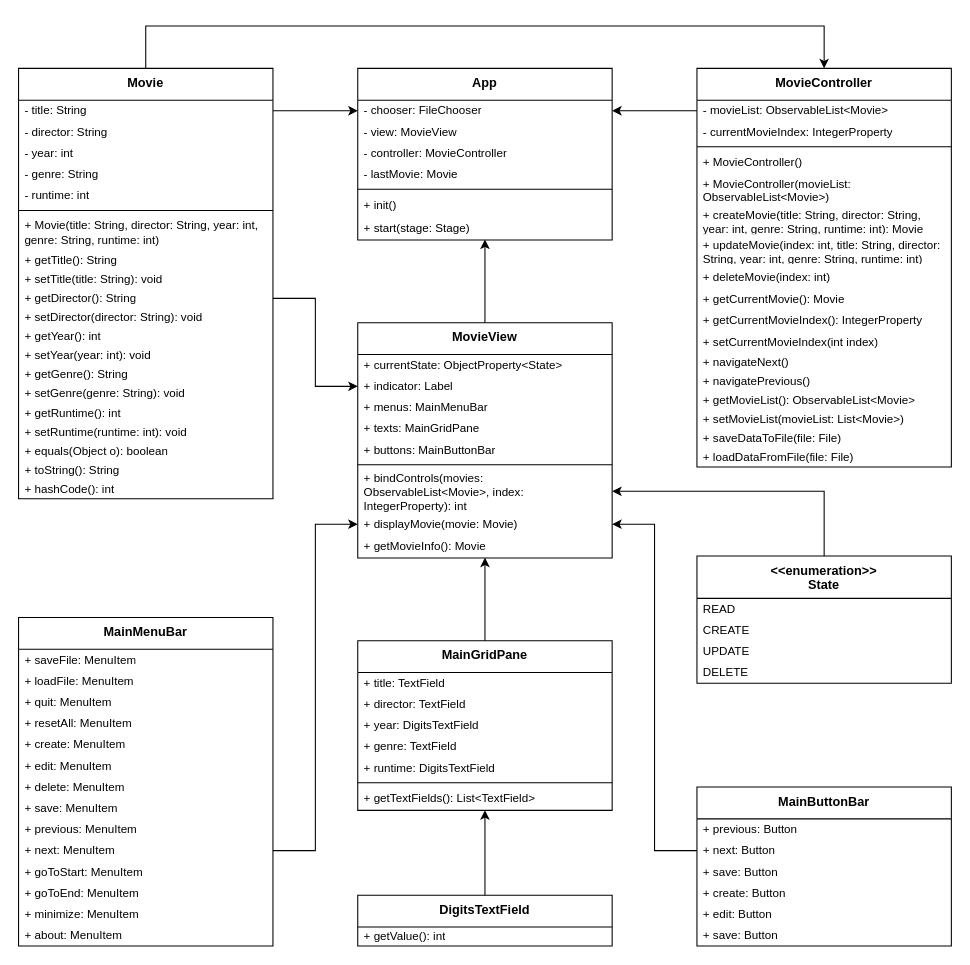
The draw.io diagram assignments/proj1/diagram.drawio in hanggrian/IIT-ITM510, before the edit. Source tidied: cells renumbered, new cells numbered last; positions are measured from the earlier drawing's top-left corner, leaving out a move shared by most shapes. Both pictures are drawn from the tidied source at 106%, with x=0, y=0 at pixel (18, 25).
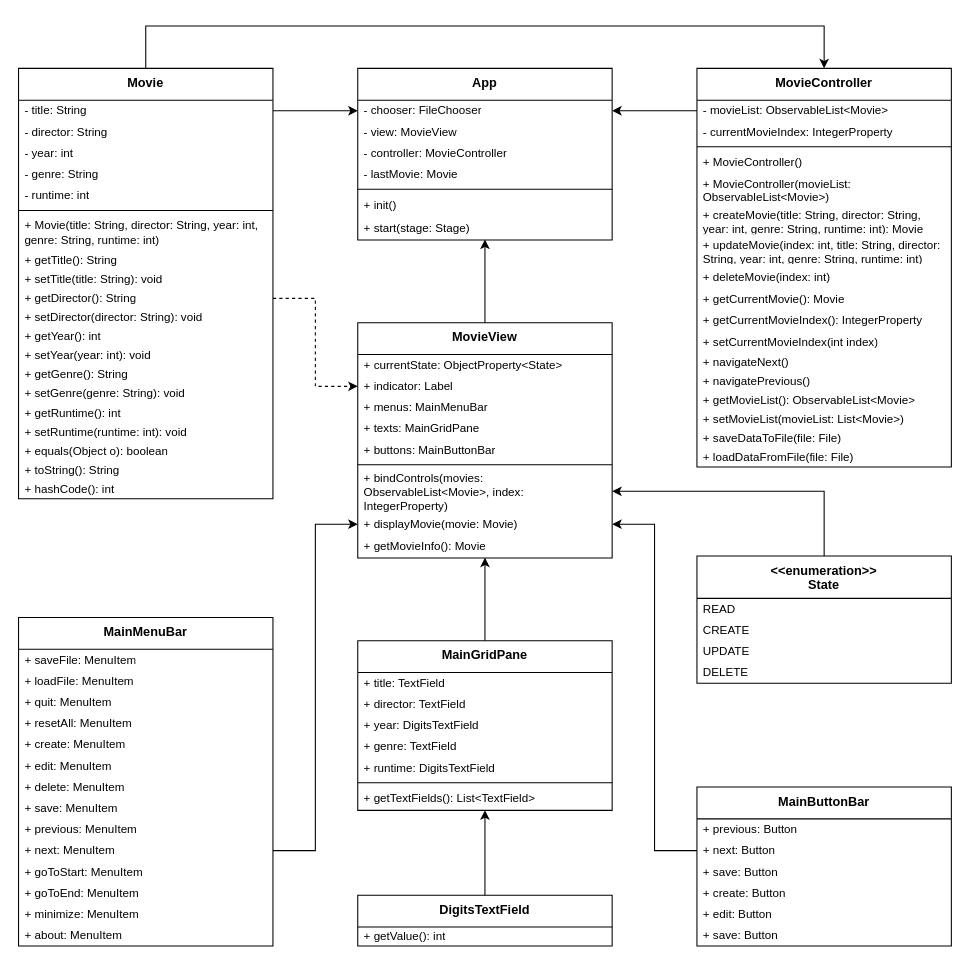
The same page after the edit.

Unchanged cells that the change refers to:
```xml
<mxCell id="13" value="+&amp;nbsp;getDirector(&lt;span style=&quot;background-color: initial;&quot;&gt;): String&lt;/span&gt;" style="text;strokeColor=none;fillColor=none;align=left;verticalAlign=middle;spacingLeft=4;spacingRight=4;overflow=hidden;points=[[0,0.5],[1,0.5]];portConstraint=eastwest;whiteSpace=wrap;html=1;fontSize=11;" parent="3" vertex="1">
  <mxGeometry y="208" width="240" height="18" as="geometry" />
</mxCell>
<mxCell id="44" value="MovieView" style="swimlane;fontStyle=1;align=center;verticalAlign=top;horizontal=1;startSize=30;whiteSpace=wrap;html=1;" parent="1" vertex="1">
  <mxGeometry x="320" y="280" width="240" height="222" as="geometry" />
</mxCell>
<mxCell id="46" value="+ indicator: Label" style="text;strokeColor=none;fillColor=none;align=left;verticalAlign=middle;spacingLeft=4;spacingRight=4;overflow=hidden;points=[[0,0.5],[1,0.5]];portConstraint=eastwest;whiteSpace=wrap;html=1;fontSize=11;" parent="44" vertex="1">
  <mxGeometry y="50" width="240" height="20" as="geometry" />
</mxCell>
```

Diff of the diagram source:
```diff
@@
-    <mxCell id="51" value="+&amp;nbsp;bindControls(movies: ObservableList&amp;lt;Movie&amp;gt;, index: IntegerProperty): int" style="text;strokeColor=none;fillColor=none;align=left;verticalAlign=middle;spacingLeft=4;spacingRight=4;overflow=hidden;points=[[0,0.5],[1,0.5]];portConstraint=eastwest;whiteSpace=wrap;html=1;fontSize=11;" parent="44" vertex="1">
+    <mxCell id="51" value="+&amp;nbsp;bindControls(movies: ObservableList&amp;lt;Movie&amp;gt;, index: IntegerProperty)" style="text;strokeColor=none;fillColor=none;align=left;verticalAlign=middle;spacingLeft=4;spacingRight=4;overflow=hidden;points=[[0,0.5],[1,0.5]];portConstraint=eastwest;whiteSpace=wrap;html=1;fontSize=11;" parent="44" vertex="1">
       <mxGeometry y="138" width="240" height="42" as="geometry" />
     </mxCell>
@@
-    <mxCell id="97" style="edgeStyle=orthogonalEdgeStyle;rounded=0;jettySize=auto;html=1;exitX=1;exitY=0.5;exitDx=0;exitDy=0;entryX=0;entryY=0.5;entryDx=0;entryDy=0;" parent="1" edge="1" source="13" target="46">
+    <mxCell id="97" style="edgeStyle=orthogonalEdgeStyle;rounded=0;jettySize=auto;html=1;exitX=1;exitY=0.5;exitDx=0;exitDy=0;entryX=0;entryY=0.5;entryDx=0;entryDy=0;dashed=1;" parent="1" edge="1" source="13" target="46">
       <mxGeometry relative="1" as="geometry" />
     </mxCell>
```
